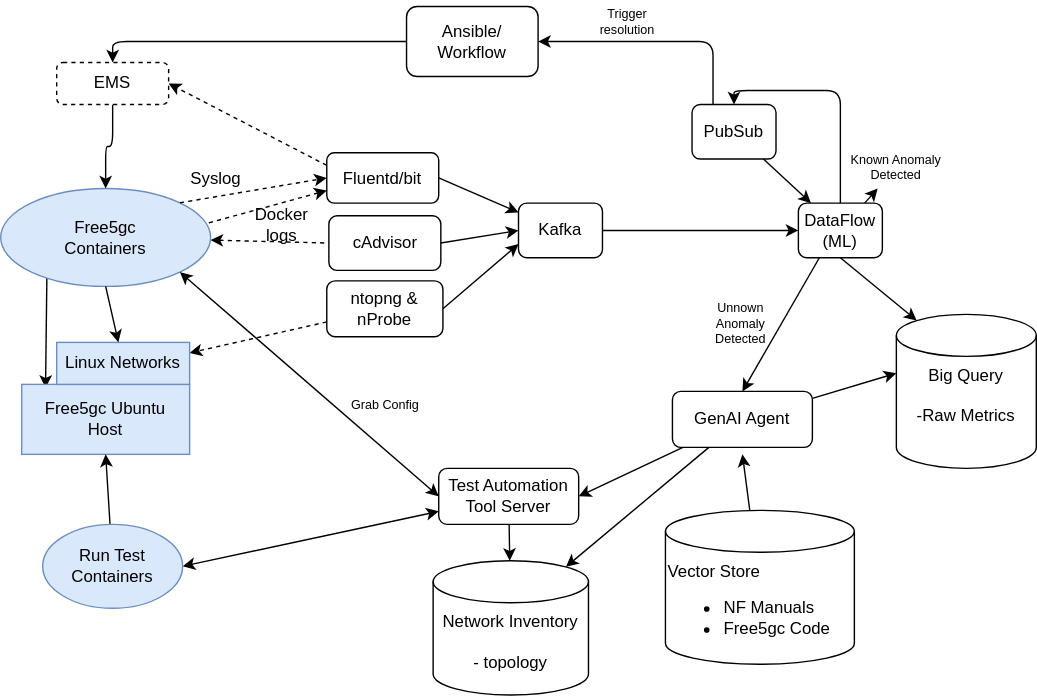
brianpnaughton/free5gc-lab keeps this draw.io diagram as docs/architecture/target.drawio.svg. Above is the earlier version. Source tidied: cells renumbered, new cells last; positions are measured from the earlier drawing's top-left corner, leaving out a move shared by most shapes.
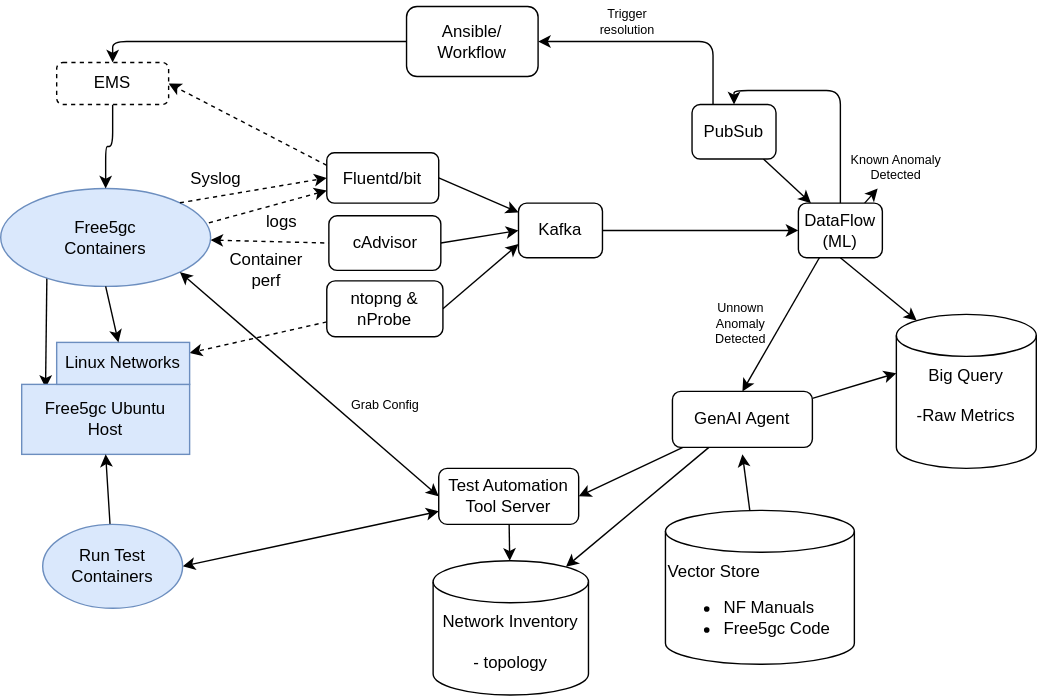
The same diagram one commit later.

Change to the diagram source:
```diff
@@ -151,8 +151,11 @@
     <mxCell id="50" value="Syslog" style="text;html=1;strokeColor=none;fillColor=none;align=center;verticalAlign=middle;whiteSpace=wrap;rounded=0;" parent="1" vertex="1">
       <mxGeometry x="124" y="112" width="60" height="30" as="geometry" />
     </mxCell>
-    <mxCell id="51" value="Docker logs" style="text;html=1;strokeColor=none;fillColor=none;align=center;verticalAlign=middle;whiteSpace=wrap;rounded=0;" parent="1" vertex="1">
-      <mxGeometry x="171" y="145" width="60" height="30" as="geometry" />
+    <mxCell id="51" value="logs" style="text;html=1;strokeColor=none;fillColor=none;align=center;verticalAlign=middle;whiteSpace=wrap;rounded=0;" parent="1" vertex="1">
+      <mxGeometry x="171" y="143" width="60" height="30" as="geometry" />
     </mxCell>
+    <mxCell id="52" value="Container perf" style="text;html=1;strokeColor=none;fillColor=none;align=center;verticalAlign=middle;whiteSpace=wrap;rounded=0;" parent="1" vertex="1">
+      <mxGeometry x="160" y="177" width="60" height="30" as="geometry" />
+    </mxCell>
   </root>
 </mxGraphModel>
```
